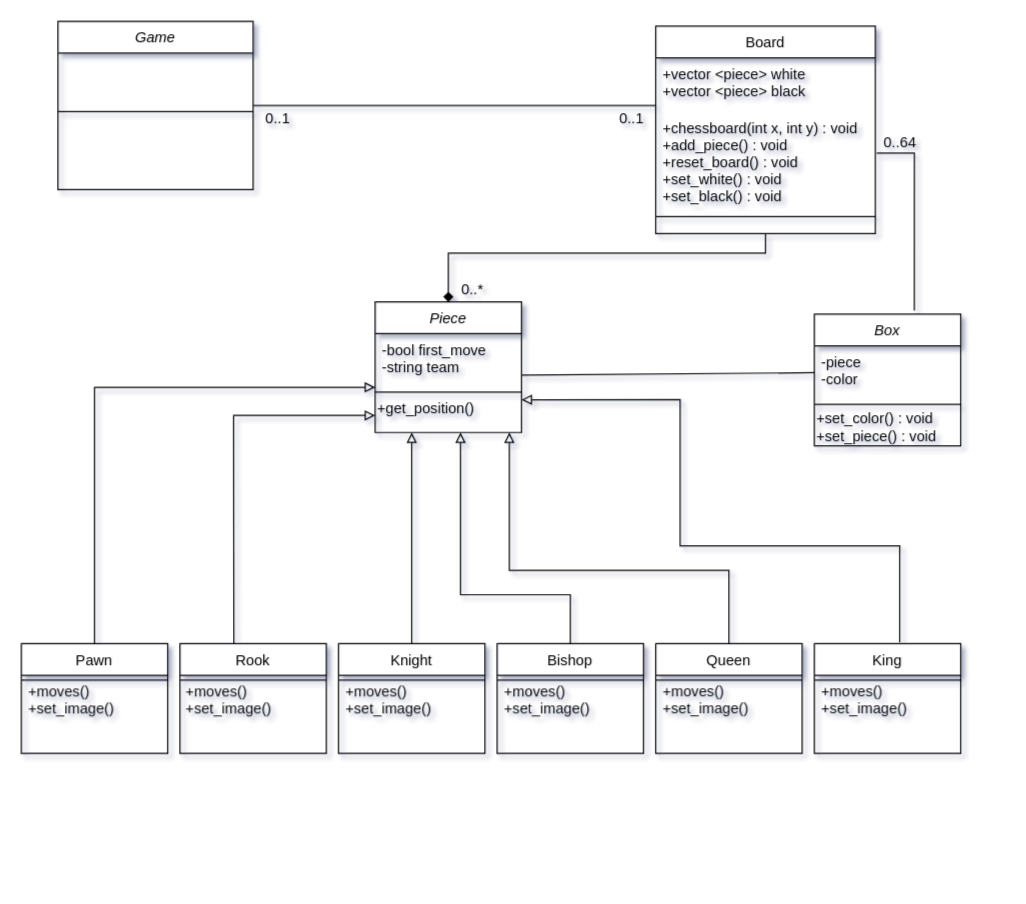
This is images/Untitled Diagram.drawio from Knackie/chess, a draw.io file, before an edit. Source tidied: cells renumbered, new cells numbered last; positions are measured from the earlier drawing's top-left corner, leaving out a move shared by most shapes. Both pictures are drawn from the tidied source at 122%, with x=0, y=0 at pixel (21, 21).
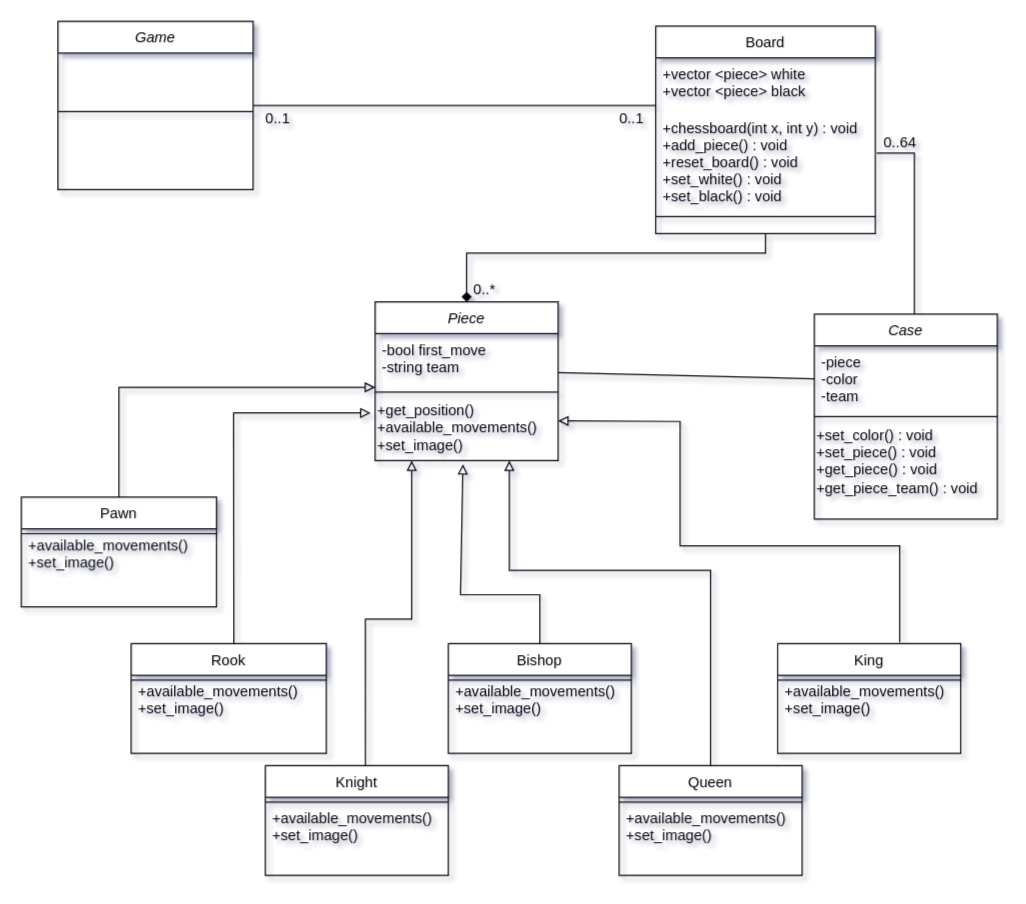
Above is the later version.

Unchanged cells that the change refers to:
```xml
<mxCell id="19" value="Board" style="swimlane;fontStyle=0;align=center;verticalAlign=top;horizontal=1;startSize=26;rounded=0;shadow=0;strokeWidth=1;" parent="1" vertex="1">
  <mxGeometry x="520" y="4" width="180" height="170" as="geometry" />
</mxCell>
<mxCell id="21" value="+chessboard(int x, int y) : void&#10;+add_piece() : void&#10;+reset_board() : void&#10;+set_white() : void&#10;+set_black() : void&#10;&#10;" style="text;align=left;verticalAlign=top;spacingLeft=4;spacingRight=4;overflow=hidden;points=[[0,0.5],[1,0.5]];portConstraint=eastwest;fontStyle=0;" parent="19" vertex="1">
  <mxGeometry y="70" width="180" height="82" as="geometry" />
</mxCell>
```

Diff of the diagram source:
```diff
@@
-    <mxCell id="3" value="+moves()&#10;+set_image()&#10;&#10;&#10;" style="text;align=left;verticalAlign=top;spacingLeft=4;spacingRight=4;overflow=hidden;" parent="1" vertex="1">
-      <mxGeometry y="536" width="120" height="44" as="geometry" />
+    <mxCell id="3" value="+available_movements()&#10;+set_image()&#10;&#10;&#10;" style="text;align=left;verticalAlign=top;spacingLeft=4;spacingRight=4;overflow=hidden;" parent="1" vertex="1">
+      <mxGeometry y="416" width="160" height="44" as="geometry" />
     </mxCell>
-    <mxCell id="4" value="+moves()&#10;+set_image()&#10;&#10;&#10;" style="text;align=left;verticalAlign=top;spacingLeft=4;spacingRight=4;overflow=hidden;" parent="1" vertex="1">
-      <mxGeometry x="129" y="536" width="120" height="44" as="geometry" />
+    <mxCell id="4" value="+available_movements()&#10;+set_image()&#10;&#10;&#10;" style="text;align=left;verticalAlign=top;spacingLeft=4;spacingRight=4;overflow=hidden;" parent="1" vertex="1">
+      <mxGeometry x="90" y="536" width="159" height="44" as="geometry" />
     </mxCell>
-    <mxCell id="5" value="+moves()&#10;+set_image()&#10;&#10;&#10;" style="text;align=left;verticalAlign=top;spacingLeft=4;spacingRight=4;overflow=hidden;" parent="1" vertex="1">
-      <mxGeometry x="260" y="536" width="120" height="44" as="geometry" />
+    <mxCell id="5" value="+available_movements()&#10;+set_image()&#10;&#10;&#10;" style="text;align=left;verticalAlign=top;spacingLeft=4;spacingRight=4;overflow=hidden;" parent="1" vertex="1">
+      <mxGeometry x="200" y="640" width="150" height="44" as="geometry" />
     </mxCell>
-    <mxCell id="6" value="+moves()&#10;+set_image()&#10;&#10;&#10;" style="text;align=left;verticalAlign=top;spacingLeft=4;spacingRight=4;overflow=hidden;" parent="1" vertex="1">
-      <mxGeometry x="390" y="536" width="120" height="44" as="geometry" />
+    <mxCell id="6" value="+available_movements()&#10;+set_image()&#10;&#10;&#10;" style="text;align=left;verticalAlign=top;spacingLeft=4;spacingRight=4;overflow=hidden;" parent="1" vertex="1">
+      <mxGeometry x="350" y="536" width="160" height="44" as="geometry" />
     </mxCell>
-    <mxCell id="7" value="+moves()&#10;+set_image()&#10;&#10;&#10;" style="text;align=left;verticalAlign=top;spacingLeft=4;spacingRight=4;overflow=hidden;" parent="1" vertex="1">
-      <mxGeometry x="520" y="536" width="120" height="44" as="geometry" />
+    <mxCell id="7" value="+available_movements()&#10;+set_image()&#10;&#10;&#10;" style="text;align=left;verticalAlign=top;spacingLeft=4;spacingRight=4;overflow=hidden;" parent="1" vertex="1">
+      <mxGeometry x="490" y="640" width="150" height="44" as="geometry" />
     </mxCell>
-    <mxCell id="8" value="+moves()&#10;+set_image()&#10;&#10;&#10;" style="text;align=left;verticalAlign=top;spacingLeft=4;spacingRight=4;overflow=hidden;" parent="1" vertex="1">
-      <mxGeometry x="650" y="536" width="120" height="44" as="geometry" />
+    <mxCell id="8" value="+available_movements()&#10;+set_image()&#10;&#10;&#10;" style="text;align=left;verticalAlign=top;spacingLeft=4;spacingRight=4;overflow=hidden;" parent="1" vertex="1">
+      <mxGeometry x="620" y="536" width="150" height="44" as="geometry" />
     </mxCell>
     <mxCell id="9" style="endArrow=none;html=1;rounded=0;startArrow=diamond;startFill=1;exitX=0.5;exitY=0;exitDx=0;exitDy=0;entryX=0.5;entryY=1;entryDx=0;entryDy=0;" parent="1" edge="1" source="38" target="19">
       <mxGeometry relative="1" as="geometry">
         <Array as="points">
-          <mxPoint x="350" y="190" />
+          <mxPoint x="365" y="190" />
           <mxPoint x="610" y="190" />
         </Array>
       </mxGeometry>
     </mxCell>
     <mxCell id="10" value="0..*" style="text;html=1;strokeColor=none;fillColor=none;align=center;verticalAlign=middle;whiteSpace=wrap;rounded=0;" parent="1" vertex="1">
-      <mxGeometry x="340" y="210" width="60" height="20" as="geometry" />
+      <mxGeometry x="350" y="210" width="60" height="20" as="geometry" />
     </mxCell>
     <mxCell id="11" style="endArrow=block;html=1;exitX=0.5;exitY=0;exitDx=0;exitDy=0;rounded=0;endFill=0;" parent="1" edge="1" source="31">
       <mxGeometry relative="1" as="geometry">
         <mxPoint x="290" y="300" as="targetPoint" />
         <Array as="points">
-          <mxPoint x="60" y="490" />
-          <mxPoint x="60" y="300" />
+          <mxPoint x="80" y="300" />
         </Array>
       </mxGeometry>
     </mxCell>
-    <mxCell id="12" style="endArrow=block;html=1;exitX=0.368;exitY=0;exitDx=0;exitDy=0;rounded=0;exitPerimeter=0;endFill=0;entryX=0;entryY=0.75;entryDx=0;entryDy=0;entryPerimeter=0;" parent="1" edge="1" target="41">
+    <mxCell id="12" style="endArrow=block;html=1;exitX=0.368;exitY=0;exitDx=0;exitDy=0;rounded=0;exitPerimeter=0;endFill=0;entryX=-0.025;entryY=0.26;entryDx=0;entryDy=0;entryPerimeter=0;" parent="1" edge="1" target="41">
       <mxGeometry relative="1" as="geometry">
         <mxPoint x="174.2" y="510" as="sourcePoint" />
         <Array as="points">
-          <mxPoint x="174" y="323" />
+          <mxPoint x="174" y="321" />
         </Array>
       </mxGeometry>
     </mxCell>
-    <mxCell id="13" style="endArrow=block;html=1;exitX=0.5;exitY=0;exitDx=0;exitDy=0;rounded=0;endFill=0;entryX=0.25;entryY=1;entryDx=0;entryDy=0;" parent="1" edge="1" target="38">
+    <mxCell id="13" style="endArrow=block;html=1;exitX=0.547;exitY=0.022;exitDx=0;exitDy=0;rounded=0;endFill=0;exitPerimeter=0;" parent="1" edge="1" source="27">
       <mxGeometry relative="1" as="geometry">
-        <mxPoint x="320" y="510" as="sourcePoint" />
+        <mxPoint x="320" y="360" as="targetPoint" />
         <Array as="points">
+          <mxPoint x="282" y="490" />
           <mxPoint x="320" y="490" />
         </Array>
       </mxGeometry>
     </mxCell>
     <mxCell id="14" style="endArrow=block;html=1;rounded=0;exitX=0.5;exitY=0;exitDx=0;exitDy=0;endFill=0;" parent="1" edge="1" source="25">
       <mxGeometry relative="1" as="geometry">
-        <mxPoint x="360" y="337" as="targetPoint" />
+        <mxPoint x="362" y="363" as="targetPoint" />
         <Array as="points">
-          <mxPoint x="450" y="470" />
+          <mxPoint x="425" y="470" />
           <mxPoint x="360" y="470" />
         </Array>
       </mxGeometry>
     </mxCell>
     <mxCell id="15" style="endArrow=block;html=1;rounded=0;exitX=0.5;exitY=0;exitDx=0;exitDy=0;endFill=0;" parent="1" edge="1" source="23">
       <mxGeometry relative="1" as="geometry">
-        <mxPoint x="400" y="337" as="targetPoint" />
+        <mxPoint x="400" y="360" as="targetPoint" />
         <Array as="points">
-          <mxPoint x="580" y="450" />
+          <mxPoint x="565" y="450" />
           <mxPoint x="400" y="450" />
         </Array>
       </mxGeometry>
     </mxCell>
     <mxCell id="16" style="endArrow=block;html=1;rounded=0;endFill=0;entryX=1;entryY=0.75;entryDx=0;entryDy=0;" parent="1" edge="1" target="38">
       <mxGeometry relative="1" as="geometry">
         <mxPoint x="720" y="509" as="sourcePoint" />
         <Array as="points">
           <mxPoint x="720" y="430" />
           <mxPoint x="540" y="430" />
-          <mxPoint x="540" y="310" />
+          <mxPoint x="540" y="328" />
         </Array>
       </mxGeometry>
     </mxCell>
@@
-    <mxCell id="23" value="Queen" style="swimlane;fontStyle=0;align=center;verticalAlign=top;horizontal=1;startSize=26;rounded=0;shadow=0;strokeWidth=1;" parent="1" vertex="1">
-      <mxGeometry x="520" y="510" width="120" height="90" as="geometry" />
-    </mxCell>
-    <mxCell id="24" style="line;html=1;strokeWidth=1;align=left;verticalAlign=middle;spacingTop=-1;spacingLeft=3;spacingRight=3;labelPosition=right;" parent="23" vertex="1">
-      <mxGeometry y="26" width="120" height="8" as="geometry" />
-    </mxCell>
     <mxCell id="25" value="Bishop" style="swimlane;fontStyle=0;align=center;verticalAlign=top;horizontal=1;startSize=26;rounded=0;shadow=0;strokeWidth=1;" parent="1" vertex="1">
-      <mxGeometry x="390" y="510" width="120" height="90" as="geometry" />
+      <mxGeometry x="350" y="510" width="150" height="90" as="geometry" />
     </mxCell>
     <mxCell id="26" style="line;html=1;strokeWidth=1;align=left;verticalAlign=middle;spacingTop=-1;spacingLeft=3;spacingRight=3;labelPosition=right;" parent="25" vertex="1">
-      <mxGeometry y="26" width="120" height="8" as="geometry" />
+      <mxGeometry y="26" width="150" height="8" as="geometry" />
     </mxCell>
-    <mxCell id="27" value="Knight" style="swimlane;fontStyle=0;align=center;verticalAlign=top;horizontal=1;startSize=26;rounded=0;shadow=0;strokeWidth=1;" parent="1" vertex="1">
-      <mxGeometry x="260" y="510" width="120" height="90" as="geometry" />
-    </mxCell>
-    <mxCell id="28" style="line;html=1;strokeWidth=1;align=left;verticalAlign=middle;spacingTop=-1;spacingLeft=3;spacingRight=3;labelPosition=right;" parent="27" vertex="1">
-      <mxGeometry y="26" width="120" height="8" as="geometry" />
-    </mxCell>
     <mxCell id="29" value="Rook" style="swimlane;fontStyle=0;align=center;verticalAlign=top;horizontal=1;startSize=26;rounded=0;shadow=0;strokeWidth=1;" parent="1" vertex="1">
-      <mxGeometry x="130" y="510" width="120" height="90" as="geometry" />
+      <mxGeometry x="90" y="510" width="160" height="90" as="geometry" />
     </mxCell>
     <mxCell id="30" style="line;html=1;strokeWidth=1;align=left;verticalAlign=middle;spacingTop=-1;spacingLeft=3;spacingRight=3;labelPosition=right;" parent="29" vertex="1">
-      <mxGeometry y="26" width="120" height="8" as="geometry" />
+      <mxGeometry y="26" width="160" height="8" as="geometry" />
     </mxCell>
-    <mxCell id="31" value="Pawn" style="swimlane;fontStyle=0;align=center;verticalAlign=top;horizontal=1;startSize=26;rounded=0;shadow=0;strokeWidth=1;" parent="1" vertex="1">
-      <mxGeometry y="510" width="120" height="90" as="geometry" />
-    </mxCell>
-    <mxCell id="32" style="line;html=1;strokeWidth=1;align=left;verticalAlign=middle;spacingTop=-1;spacingLeft=3;spacingRight=3;labelPosition=right;" parent="31" vertex="1">
-      <mxGeometry y="26" width="120" height="8" as="geometry" />
-    </mxCell>
     <mxCell id="33" value="King" style="swimlane;fontStyle=0;align=center;verticalAlign=top;horizontal=1;startSize=26;rounded=0;shadow=0;strokeWidth=1;" parent="1" vertex="1">
-      <mxGeometry x="650" y="510" width="120" height="90" as="geometry" />
+      <mxGeometry x="620" y="510" width="150" height="90" as="geometry" />
     </mxCell>
     <mxCell id="34" style="line;html=1;strokeWidth=1;align=left;verticalAlign=middle;spacingTop=-1;spacingLeft=3;spacingRight=3;labelPosition=right;" parent="33" vertex="1">
-      <mxGeometry y="26" width="120" height="8" as="geometry" />
+      <mxGeometry y="26" width="150" height="8" as="geometry" />
     </mxCell>
@@
     <mxCell id="38" value="Piece" style="swimlane;fontStyle=2;align=center;verticalAlign=top;horizontal=1;startSize=26;rounded=0;shadow=0;strokeWidth=1;" parent="1" vertex="1">
-      <mxGeometry x="290" y="230" width="120" height="107" as="geometry" />
+      <mxGeometry x="290" y="230" width="150" height="130" as="geometry" />
     </mxCell>
     <mxCell id="39" value="-bool first_move&#10;-string team&#10;" style="text;align=left;verticalAlign=top;spacingLeft=4;spacingRight=4;overflow=hidden;rounded=0;shadow=0;html=0;" parent="38" vertex="1">
-      <mxGeometry y="26" width="120" height="44" as="geometry" />
+      <mxGeometry y="26" width="150" height="44" as="geometry" />
     </mxCell>
     <mxCell id="40" style="line;html=1;strokeWidth=1;align=left;verticalAlign=middle;spacingTop=-1;spacingLeft=3;spacingRight=3;labelPosition=right;" parent="38" vertex="1">
-      <mxGeometry y="70" width="120" height="8" as="geometry" />
+      <mxGeometry y="70" width="150" height="8" as="geometry" />
     </mxCell>
-    <mxCell id="41" value="+get_position() " style="text;html=1;align=left;verticalAlign=middle;points=[];" parent="38" vertex="1">
-      <mxGeometry y="78" width="120" height="20" as="geometry" />
+    <mxCell id="41" value="&lt;div&gt;+get_position()&lt;/div&gt;&lt;div&gt;+available_movements()&lt;/div&gt;&lt;div&gt;+set_image()&lt;br&gt;&lt;/div&gt;" style="text;html=1;align=left;verticalAlign=middle;points=[];" parent="38" vertex="1">
+      <mxGeometry y="78" width="150" height="50" as="geometry" />
     </mxCell>
-    <mxCell id="42" value="Box" style="swimlane;fontStyle=2;align=center;verticalAlign=top;horizontal=1;startSize=26;rounded=0;shadow=0;strokeWidth=1;" parent="1" vertex="1">
-      <mxGeometry x="650" y="240" width="120" height="108" as="geometry" />
+    <mxCell id="42" value="Case" style="swimlane;fontStyle=2;align=center;verticalAlign=top;horizontal=1;startSize=26;rounded=0;shadow=0;strokeWidth=1;" parent="1" vertex="1">
+      <mxGeometry x="650" y="240" width="150" height="168" as="geometry" />
     </mxCell>
-    <mxCell id="43" value="-piece&#10;-color&#10;" style="text;align=left;verticalAlign=top;spacingLeft=4;spacingRight=4;overflow=hidden;points=[[0,0.5],[1,0.5]];portConstraint=eastwest;rounded=0;shadow=0;html=0;" parent="42" vertex="1">
-      <mxGeometry y="26" width="120" height="44" as="geometry" />
+    <mxCell id="43" value="-piece&#10;-color&#10;-team" style="text;align=left;verticalAlign=top;spacingLeft=4;spacingRight=4;overflow=hidden;points=[[0,0.5],[1,0.5]];portConstraint=eastwest;rounded=0;shadow=0;html=0;" parent="42" vertex="1">
+      <mxGeometry y="26" width="150" height="54" as="geometry" />
     </mxCell>
     <mxCell id="44" style="line;html=1;strokeWidth=1;align=left;verticalAlign=middle;spacingTop=-1;spacingLeft=3;spacingRight=3;labelPosition=right;" parent="42" vertex="1">
-      <mxGeometry y="70" width="120" height="8" as="geometry" />
+      <mxGeometry y="80" width="150" height="8" as="geometry" />
     </mxCell>
-    <mxCell id="45" value="&lt;div&gt;+set_color() : void&lt;/div&gt;&lt;div&gt;+set_piece() : void&lt;br&gt;&lt;/div&gt;" style="text;html=1;align=left;verticalAlign=middle;" parent="42" vertex="1">
-      <mxGeometry y="78" width="120" height="30" as="geometry" />
+    <mxCell id="45" value="&lt;div&gt;+set_color() : void&lt;/div&gt;&lt;div&gt;+set_piece() : void&lt;/div&gt;&lt;div&gt;+get_piece() : void&lt;/div&gt;&lt;div&gt;+get_piece_team() : void&lt;/div&gt;&lt;div&gt;&lt;br&gt;&lt;/div&gt;" style="text;html=1;align=left;verticalAlign=middle;" parent="42" vertex="1">
+      <mxGeometry y="88" width="150" height="80" as="geometry" />
     </mxCell>
     <mxCell id="46" style="endArrow=none;html=1;entryX=0;entryY=0.5;entryDx=0;entryDy=0;" parent="1" edge="1" target="43">
       <mxGeometry relative="1" as="geometry">
-        <mxPoint x="410" y="290" as="sourcePoint" />
+        <mxPoint x="440" y="288" as="sourcePoint" />
       </mxGeometry>
     </mxCell>
-    <mxCell id="47" style="endArrow=none;html=1;entryX=0.683;entryY=-0.028;entryDx=0;entryDy=0;exitX=1.006;exitY=0.415;exitDx=0;exitDy=0;exitPerimeter=0;entryPerimeter=0;rounded=0;" parent="1" edge="1" source="21" target="42">
+    <mxCell id="47" style="endArrow=none;html=1;exitX=1.006;exitY=0.415;exitDx=0;exitDy=0;exitPerimeter=0;rounded=0;" parent="1" edge="1" source="21">
       <mxGeometry relative="1" as="geometry">
+        <mxPoint x="732" y="240" as="targetPoint" />
         <Array as="points">
           <mxPoint x="732" y="108" />
         </Array>
       </mxGeometry>
     </mxCell>
@@
+    <mxCell id="31" value="Pawn" style="swimlane;fontStyle=0;align=center;verticalAlign=top;horizontal=1;startSize=26;rounded=0;shadow=0;strokeWidth=1;" parent="1" vertex="1">
+      <mxGeometry y="390" width="160" height="90" as="geometry" />
+    </mxCell>
+    <mxCell id="32" style="line;html=1;strokeWidth=1;align=left;verticalAlign=middle;spacingTop=-1;spacingLeft=3;spacingRight=3;labelPosition=right;" parent="31" vertex="1">
+      <mxGeometry y="26" width="160" height="8" as="geometry" />
+    </mxCell>
+    <mxCell id="27" value="Knight" style="swimlane;fontStyle=0;align=center;verticalAlign=top;horizontal=1;startSize=26;rounded=0;shadow=0;strokeWidth=1;" parent="1" vertex="1">
+      <mxGeometry x="200" y="610" width="150" height="90" as="geometry" />
+    </mxCell>
+    <mxCell id="28" style="line;html=1;strokeWidth=1;align=left;verticalAlign=middle;spacingTop=-1;spacingLeft=3;spacingRight=3;labelPosition=right;" parent="27" vertex="1">
+      <mxGeometry y="26" width="150" height="8" as="geometry" />
+    </mxCell>
+    <mxCell id="23" value="Queen" style="swimlane;fontStyle=0;align=center;verticalAlign=top;horizontal=1;startSize=26;rounded=0;shadow=0;strokeWidth=1;" parent="1" vertex="1">
+      <mxGeometry x="490" y="610" width="150" height="90" as="geometry" />
+    </mxCell>
+    <mxCell id="24" style="line;html=1;strokeWidth=1;align=left;verticalAlign=middle;spacingTop=-1;spacingLeft=3;spacingRight=3;labelPosition=right;" parent="23" vertex="1">
+      <mxGeometry y="26" width="150" height="8" as="geometry" />
+    </mxCell>
```
